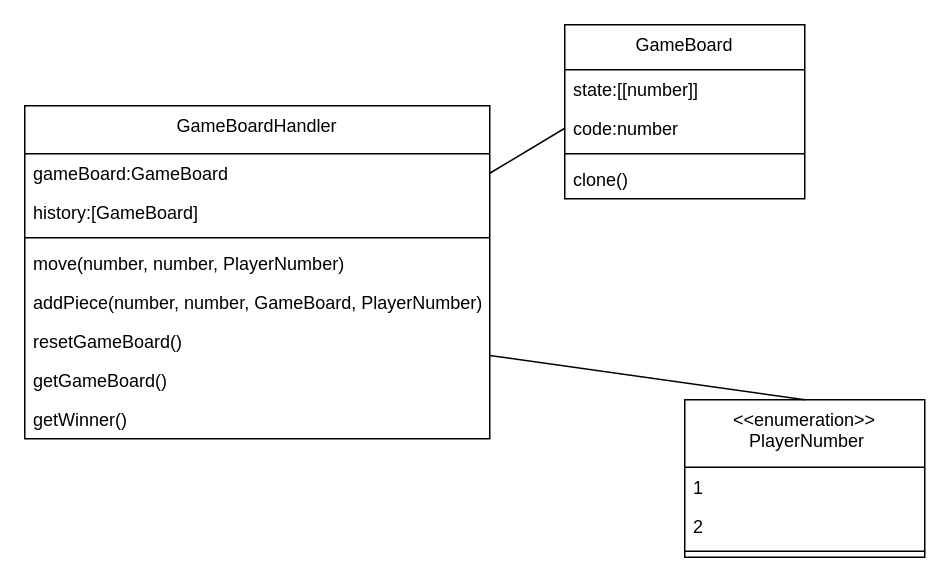
This is ProductBacklog/Klassendiagramme/Aktuell.drawio from idlaviV/TIKTacToe, a draw.io file, before an edit. Source tidied: cells renumbered, new cells numbered last; positions are measured from the earlier drawing's top-left corner, leaving out a move shared by most shapes. Both pictures are drawn from the tidied source at 150%, with x=0, y=0 at pixel (24, 24).
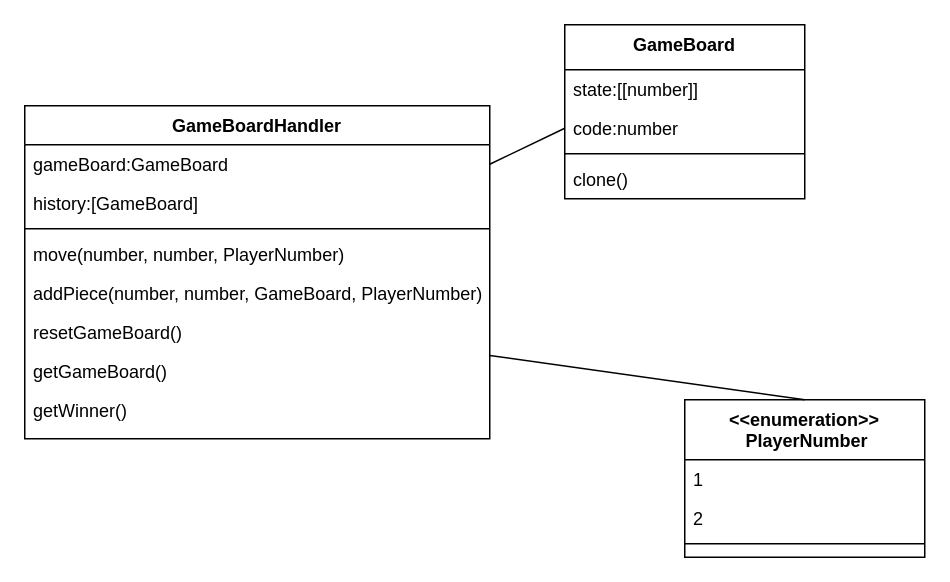
The same diagram, later.

Commit message:
Klassendiagramm Aktuell optisch verbessert

Change to the diagram source:
```diff
@@
-    <mxCell id="2" value="GameBoard" style="swimlane;fontStyle=0;align=center;verticalAlign=top;horizontal=1;startSize=30;rounded=0;shadow=0;strokeWidth=1;" parent="1" vertex="1">
+    <mxCell id="2" value="GameBoard" style="swimlane;fontStyle=1;align=center;verticalAlign=top;horizontal=1;startSize=30;rounded=0;shadow=0;strokeWidth=1;" parent="1" vertex="1">
       <mxGeometry x="360" width="160" height="116" as="geometry" />
     </mxCell>
@@
-    <mxCell id="7" value="GameBoardHandler" style="swimlane;fontStyle=0;align=center;verticalAlign=top;horizontal=1;startSize=32;rounded=0;shadow=0;strokeWidth=1;" parent="1" vertex="1">
+    <mxCell id="7" value="GameBoardHandler" style="swimlane;fontStyle=1;align=center;verticalAlign=top;horizontal=1;startSize=26;rounded=0;shadow=0;strokeWidth=1;" parent="1" vertex="1">
       <mxGeometry y="54" width="310" height="222" as="geometry" />
     </mxCell>
     <mxCell id="8" value="gameBoard:GameBoard" style="text;align=left;verticalAlign=top;spacingLeft=4;spacingRight=4;overflow=hidden;points=[[0,0.5],[1,0.5]];portConstraint=eastwest;" parent="7" vertex="1">
-      <mxGeometry y="32" width="310" height="26" as="geometry" />
+      <mxGeometry y="26" width="310" height="26" as="geometry" />
     </mxCell>
     <mxCell id="9" value="history:[GameBoard]" style="text;align=left;verticalAlign=top;spacingLeft=4;spacingRight=4;overflow=hidden;rounded=0;shadow=0;html=0;" parent="7" vertex="1">
-      <mxGeometry y="58" width="310" height="26" as="geometry" />
+      <mxGeometry y="52" width="310" height="26" as="geometry" />
     </mxCell>
     <mxCell id="10" style="line;html=1;strokeWidth=1;align=left;verticalAlign=middle;spacingTop=-1;spacingLeft=3;spacingRight=3;labelPosition=right;" parent="7" vertex="1">
-      <mxGeometry y="84" width="310" height="8" as="geometry" />
+      <mxGeometry y="78" width="310" height="8" as="geometry" />
     </mxCell>
     <mxCell id="11" value="move(number, number, PlayerNumber)" style="text;align=left;verticalAlign=top;spacingLeft=4;spacingRight=4;overflow=hidden;fontStyle=0;" parent="7" vertex="1">
-      <mxGeometry y="92" width="310" height="26" as="geometry" />
+      <mxGeometry y="86" width="310" height="26" as="geometry" />
     </mxCell>
     <mxCell id="12" value="addPiece(number, number, GameBoard, PlayerNumber)" style="text;strokeColor=none;fillColor=none;align=left;verticalAlign=top;spacingLeft=4;spacingRight=4;overflow=hidden;" parent="7" vertex="1">
-      <mxGeometry y="118" width="310" height="26" as="geometry" />
+      <mxGeometry y="112" width="310" height="26" as="geometry" />
     </mxCell>
     <mxCell id="13" value="resetGameBoard()" style="text;strokeColor=none;fillColor=none;align=left;verticalAlign=top;spacingLeft=4;spacingRight=4;overflow=hidden;" parent="7" vertex="1">
-      <mxGeometry y="144" width="310" height="26" as="geometry" />
+      <mxGeometry y="138" width="310" height="26" as="geometry" />
     </mxCell>
     <mxCell id="14" value="getGameBoard()" style="text;strokeColor=none;fillColor=none;align=left;verticalAlign=top;spacingLeft=4;spacingRight=4;overflow=hidden;" parent="7" vertex="1">
-      <mxGeometry y="170" width="310" height="26" as="geometry" />
+      <mxGeometry y="164" width="310" height="26" as="geometry" />
     </mxCell>
     <mxCell id="15" value="getWinner()" style="text;strokeColor=none;fillColor=none;align=left;verticalAlign=top;spacingLeft=4;spacingRight=4;overflow=hidden;" parent="7" vertex="1">
-      <mxGeometry y="196" width="310" height="26" as="geometry" />
+      <mxGeometry y="190" width="310" height="26" as="geometry" />
     </mxCell>
-    <mxCell id="16" value="&lt;&lt;enumeration&gt;&gt;&#10; PlayerNumber" style="swimlane;fontStyle=0;align=center;verticalAlign=top;horizontal=1;startSize=45;rounded=0;shadow=0;strokeWidth=1;" parent="1" vertex="1">
+    <mxCell id="16" value="&lt;&lt;enumeration&gt;&gt;&#10; PlayerNumber" style="swimlane;fontStyle=1;align=center;verticalAlign=top;horizontal=1;startSize=40;rounded=0;shadow=0;strokeWidth=1;" parent="1" vertex="1">
       <mxGeometry x="440" y="250" width="160" height="105" as="geometry" />
     </mxCell>
     <mxCell id="17" value="1" style="text;align=left;verticalAlign=top;spacingLeft=4;spacingRight=4;overflow=hidden;" parent="16" vertex="1">
-      <mxGeometry y="45" width="160" height="26" as="geometry" />
+      <mxGeometry y="40" width="160" height="26" as="geometry" />
     </mxCell>
     <mxCell id="18" value="2" style="text;align=left;verticalAlign=top;spacingLeft=4;spacingRight=4;overflow=hidden;rounded=0;shadow=0;html=0;" parent="16" vertex="1">
-      <mxGeometry y="71" width="160" height="26" as="geometry" />
+      <mxGeometry y="66" width="160" height="26" as="geometry" />
     </mxCell>
     <mxCell id="19" style="line;html=1;strokeWidth=1;align=left;verticalAlign=middle;spacingTop=-1;spacingLeft=3;spacingRight=3;labelPosition=right;" parent="16" vertex="1">
-      <mxGeometry y="97" width="160" height="8" as="geometry" />
+      <mxGeometry y="92" width="160" height="8" as="geometry" />
     </mxCell>
```
